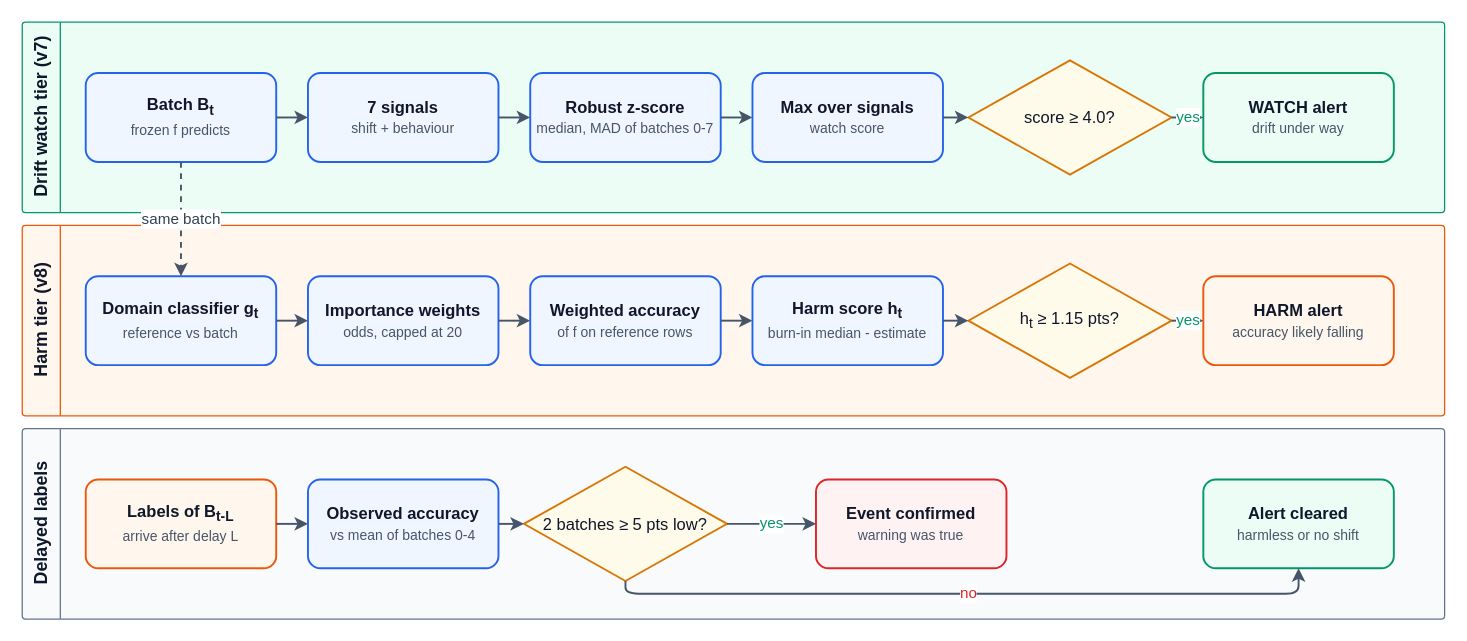
rushikbuilds/ML-Drift-Monitoring-System keeps this draw.io diagram as report/figures/drawio/fig_two_tier_flow.drawio. Above is the earlier version. Source tidied: cells renumbered, new cells numbered last; positions are measured from the earlier drawing's top-left corner, leaving out a move shared by most shapes. Both pictures are drawn from the tidied source at 127%, with x=0, y=0 at pixel (22, 22).
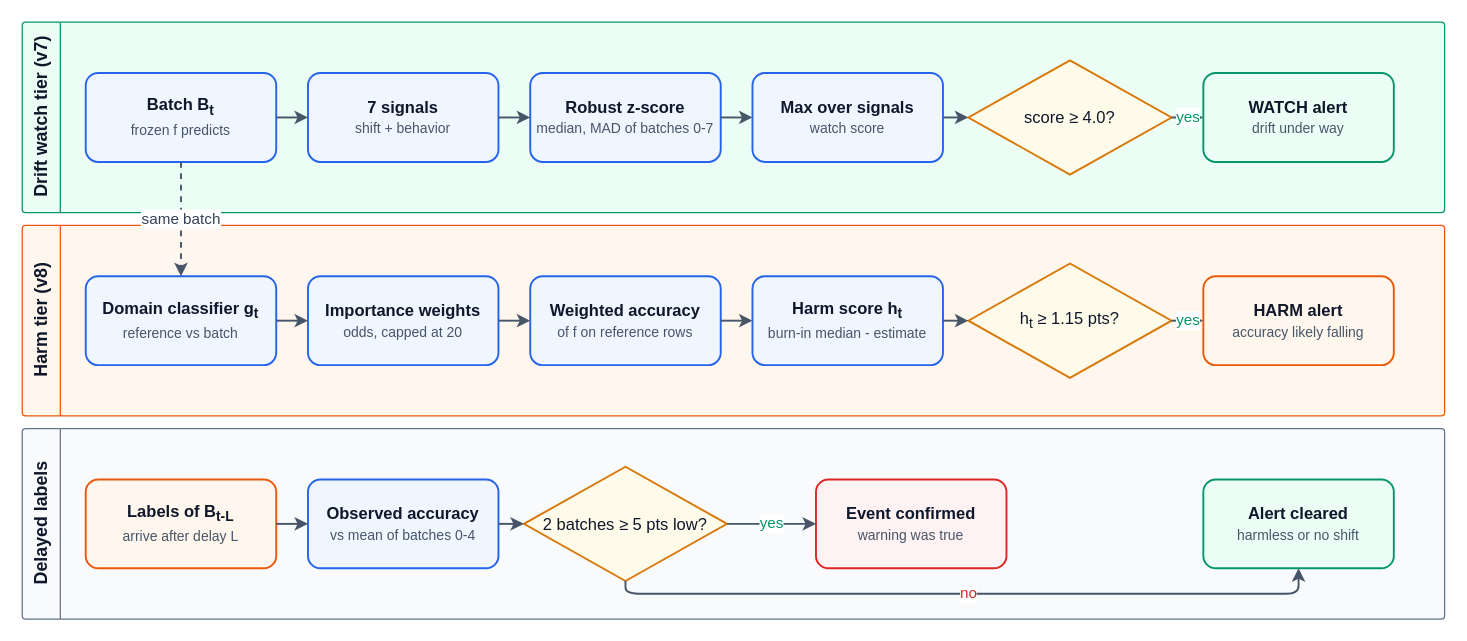
After the change.

Unchanged cells that the change refers to:
```xml
<mxCell id="2" value="Drift watch tier (v7)" style="swimlane;horizontal=0;startSize=30;html=1;rounded=1;arcSize=3;fillColor=#ECFDF5;swimlaneFillColor=#ECFDF5;strokeColor=#059669;fontStyle=1;fontSize=14;fontColor=#0F172A;fontFamily=Helvetica;" parent="1" vertex="1">
  <mxGeometry width="1120" height="150" as="geometry" />
</mxCell>
```

The edit, as a diff of the source:
```diff
@@
-    <mxCell id="6" value="&lt;b&gt;7 signals&lt;/b&gt;&lt;br&gt;&lt;font style='font-size:11px;color:#475569'&gt;shift + behaviour&lt;/font&gt;" style="rounded=1;arcSize=14;whiteSpace=wrap;html=1;fillColor=#EFF6FF;strokeColor=#2563EB;fontColor=#0F172A;fontSize=13;strokeWidth=1.5;fontFamily=Helvetica;" parent="2" vertex="1">
+    <mxCell id="6" value="&lt;b&gt;7 signals&lt;/b&gt;&lt;br&gt;&lt;font style='font-size:11px;color:#475569'&gt;shift + behavior&lt;/font&gt;" style="rounded=1;arcSize=14;whiteSpace=wrap;html=1;fillColor=#EFF6FF;strokeColor=#2563EB;fontColor=#0F172A;fontSize=13;strokeWidth=1.5;fontFamily=Helvetica;" parent="2" vertex="1">
       <mxGeometry x="225" y="40" width="150" height="70" as="geometry" />
     </mxCell>
```
